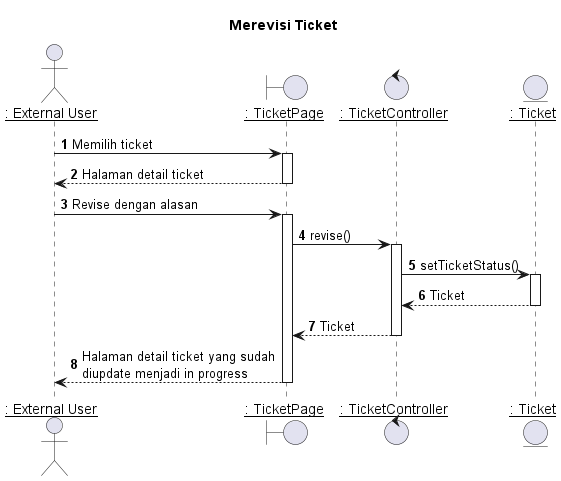
Above: out/plantuml/sequence/ex/ex6/Merevisi Ticket.png in TAS-PKL/Laporan-PKL-Ticketing (PlantUML), before the change.
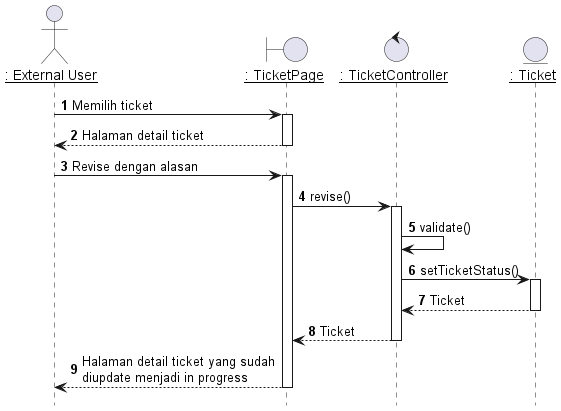
The same file after the commit.

Diff of the diagram source:
```diff
@@ -1,6 +1,7 @@
 @startuml Merevisi Ticket
 
-title "Merevisi Ticket"
+hide footbox
+
 
 actor EU as "__: External User__"
 boundary TicketPage as "__: TicketPage__"
@@ -14,11 +15,15 @@
 TicketPage --> EU: Halaman detail ticket
 deactivate TicketPage
 
+
 EU -> TicketPage: Revise dengan alasan
 activate TicketPage
 
 TicketPage -> TicketController: revise()
 activate TicketController
+
+TicketController -> TicketController: validate()
+
 
 TicketController -> Ticket: setTicketStatus()
 activate Ticket
```
